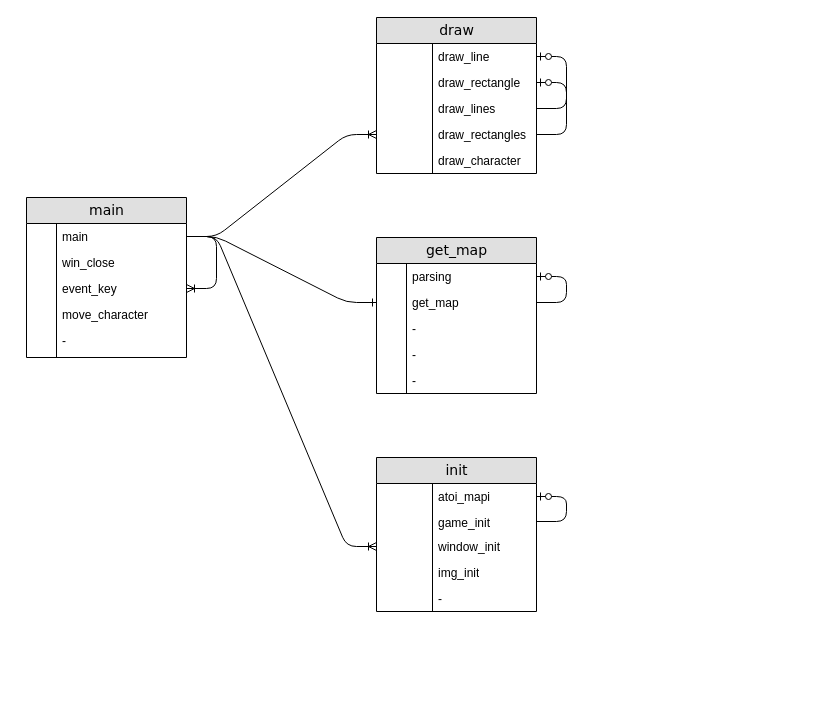
Earlier version of the draw.io diagram drawio/cub3d.drawio (meong99/42_seoul). Source tidied: cells renumbered, new cells numbered last; positions are measured from the earlier drawing's top-left corner, leaving out a move shared by most shapes. Both pictures are drawn from the tidied source at 100%, with x=0, y=0 at pixel (26, 17).
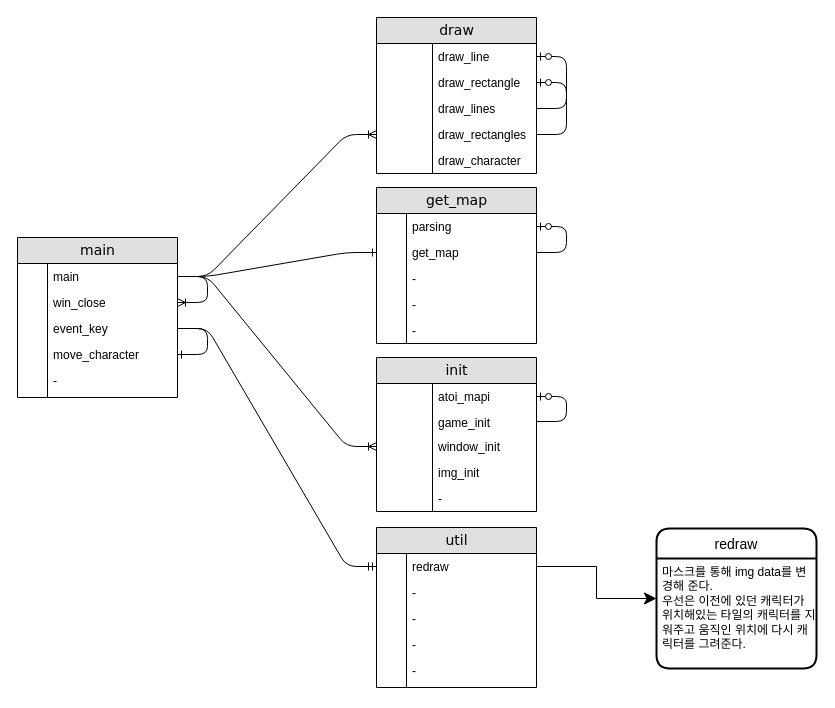
The same page after the edit.

The change refers to these unchanged cells:
```xml
<mxCell id="40" value="main" style="shape=partialRectangle;top=0;left=0;right=0;bottom=0;html=1;align=left;verticalAlign=top;fillColor=none;spacingLeft=34;spacingRight=4;whiteSpace=wrap;overflow=hidden;points=[[0,0.5],[1,0.5]];portConstraint=eastwest;" parent="39" vertex="1">
  <mxGeometry y="26" width="160" height="26" as="geometry" />
</mxCell>
<mxCell id="42" value="win_close" style="shape=partialRectangle;top=0;left=0;right=0;bottom=0;html=1;align=left;verticalAlign=top;fillColor=none;spacingLeft=34;spacingRight=4;whiteSpace=wrap;overflow=hidden;points=[[0,0.5],[1,0.5]];portConstraint=eastwest;" parent="39" vertex="1">
  <mxGeometry y="52" width="160" height="26" as="geometry" />
</mxCell>
<mxCell id="44" value="event_key" style="shape=partialRectangle;top=0;left=0;right=0;bottom=0;html=1;align=left;verticalAlign=top;fillColor=none;spacingLeft=34;spacingRight=4;whiteSpace=wrap;overflow=hidden;points=[[0,0.5],[1,0.5]];portConstraint=eastwest;" parent="39" vertex="1">
  <mxGeometry y="78" width="160" height="26" as="geometry" />
</mxCell>
<mxCell id="46" value="move_character" style="shape=partialRectangle;top=0;left=0;right=0;bottom=0;html=1;align=left;verticalAlign=top;fillColor=none;spacingLeft=34;spacingRight=4;whiteSpace=wrap;overflow=hidden;points=[[0,0.5],[1,0.5]];portConstraint=eastwest;" parent="39" vertex="1">
  <mxGeometry y="104" width="160" height="26" as="geometry" />
</mxCell>
```

What changed in the source:
```diff
@@
     <mxCell id="15" value="get_map" style="swimlane;html=1;fontStyle=0;horizontal=1;startSize=26;fillColor=#e0e0e0;swimlaneFillColor=#ffffff;align=center;rounded=0;shadow=0;comic=0;labelBackgroundColor=none;strokeWidth=1;fontFamily=Verdana;fontSize=14;" parent="1" vertex="1">
-      <mxGeometry x="350" y="220" width="160" height="156" as="geometry" />
+      <mxGeometry x="350" y="170" width="160" height="156" as="geometry" />
     </mxCell>
@@
     <mxCell id="27" value="init" style="swimlane;html=1;fontStyle=0;horizontal=1;startSize=26;fillColor=#e0e0e0;swimlaneFillColor=#ffffff;align=center;rounded=0;shadow=0;comic=0;labelBackgroundColor=none;strokeWidth=1;fontFamily=Verdana;fontSize=14;" parent="1" vertex="1">
-      <mxGeometry x="350" y="440" width="160" height="154" as="geometry" />
+      <mxGeometry x="350" y="340" width="160" height="154" as="geometry" />
     </mxCell>
@@
     <mxCell id="39" value="main" style="swimlane;html=1;fontStyle=0;horizontal=1;startSize=26;fillColor=#e0e0e0;swimlaneFillColor=#ffffff;align=center;rounded=0;shadow=0;comic=0;labelBackgroundColor=none;strokeWidth=1;fontFamily=Verdana;fontSize=14;" parent="1" vertex="1">
-      <mxGeometry y="180" width="160" height="160" as="geometry" />
+      <mxGeometry x="-9" y="220" width="160" height="160" as="geometry" />
     </mxCell>
@@
-    <mxCell id="50" style="fontSize=12;html=1;endArrow=ERoneToMany;edgeStyle=entityRelationEdgeStyle;elbow=vertical;entryX=1;entryY=0.5;entryDx=0;entryDy=0;" parent="39" edge="1" source="40" target="44">
+    <mxCell id="50" style="fontSize=12;html=1;endArrow=ERoneToMany;edgeStyle=entityRelationEdgeStyle;elbow=vertical;entryX=1;entryY=0.5;entryDx=0;entryDy=0;" parent="39" edge="1" source="40" target="42">
       <mxGeometry relative="1" as="geometry" />
     </mxCell>
+    <mxCell id="54" style="edgeStyle=entityRelationEdgeStyle;fontSize=12;html=1;endArrow=ERone;endFill=1;strokeWidth=1;" parent="39" edge="1" source="44" target="46">
+      <mxGeometry relative="1" as="geometry" />
+    </mxCell>
@@
+    <mxCell id="55" value="util" style="swimlane;html=1;fontStyle=0;horizontal=1;startSize=26;fillColor=#e0e0e0;swimlaneFillColor=#ffffff;align=center;rounded=0;shadow=0;comic=0;labelBackgroundColor=none;strokeWidth=1;fontFamily=Verdana;fontSize=14;" parent="1" vertex="1">
+      <mxGeometry x="350" y="510" width="160" height="160" as="geometry" />
+    </mxCell>
+    <mxCell id="56" value="redraw" style="shape=partialRectangle;top=0;left=0;right=0;bottom=0;html=1;align=left;verticalAlign=top;fillColor=none;spacingLeft=34;spacingRight=4;whiteSpace=wrap;overflow=hidden;points=[[0,0.5],[1,0.5]];portConstraint=eastwest;" parent="55" vertex="1">
+      <mxGeometry y="26" width="160" height="26" as="geometry" />
+    </mxCell>
+    <mxCell id="57" style="shape=partialRectangle;top=0;left=0;bottom=0;html=1;fillColor=none;align=left;verticalAlign=top;spacingLeft=4;spacingRight=4;whiteSpace=wrap;overflow=hidden;" parent="56" vertex="1">
+      <mxGeometry width="30" height="26" as="geometry" />
+    </mxCell>
+    <mxCell id="58" value="-" style="shape=partialRectangle;top=0;left=0;right=0;bottom=0;html=1;align=left;verticalAlign=top;fillColor=none;spacingLeft=34;spacingRight=4;whiteSpace=wrap;overflow=hidden;" parent="55" vertex="1">
+      <mxGeometry y="52" width="160" height="26" as="geometry" />
+    </mxCell>
+    <mxCell id="59" style="shape=partialRectangle;top=0;left=0;bottom=0;html=1;fillColor=none;align=left;verticalAlign=top;spacingLeft=4;spacingRight=4;whiteSpace=wrap;overflow=hidden;" parent="58" vertex="1">
+      <mxGeometry width="30" height="26" as="geometry" />
+    </mxCell>
+    <mxCell id="60" value="-" style="shape=partialRectangle;top=0;left=0;right=0;bottom=0;html=1;align=left;verticalAlign=top;fillColor=none;spacingLeft=34;spacingRight=4;whiteSpace=wrap;overflow=hidden;" parent="55" vertex="1">
+      <mxGeometry y="78" width="160" height="26" as="geometry" />
+    </mxCell>
+    <mxCell id="61" style="shape=partialRectangle;top=0;left=0;bottom=0;html=1;fillColor=none;align=left;verticalAlign=top;spacingLeft=4;spacingRight=4;whiteSpace=wrap;overflow=hidden;" parent="60" vertex="1">
+      <mxGeometry width="30" height="26" as="geometry" />
+    </mxCell>
+    <mxCell id="62" value="-" style="shape=partialRectangle;top=0;left=0;right=0;bottom=0;html=1;align=left;verticalAlign=top;fillColor=none;spacingLeft=34;spacingRight=4;whiteSpace=wrap;overflow=hidden;" parent="55" vertex="1">
+      <mxGeometry y="104" width="160" height="26" as="geometry" />
+    </mxCell>
+    <mxCell id="63" style="shape=partialRectangle;top=0;left=0;bottom=0;html=1;fillColor=none;align=left;verticalAlign=top;spacingLeft=4;spacingRight=4;whiteSpace=wrap;overflow=hidden;" parent="62" vertex="1">
+      <mxGeometry width="30" height="26" as="geometry" />
+    </mxCell>
+    <mxCell id="64" value="-" style="shape=partialRectangle;top=0;left=0;right=0;bottom=0;html=1;align=left;verticalAlign=top;fillColor=none;spacingLeft=34;spacingRight=4;whiteSpace=wrap;overflow=hidden;" parent="55" vertex="1">
+      <mxGeometry y="130" width="160" height="30" as="geometry" />
+    </mxCell>
+    <mxCell id="65" style="shape=partialRectangle;top=0;left=0;bottom=0;html=1;fillColor=none;align=left;verticalAlign=top;spacingLeft=4;spacingRight=4;whiteSpace=wrap;overflow=hidden;" parent="64" vertex="1">
+      <mxGeometry width="30" height="30" as="geometry" />
+    </mxCell>
+    <mxCell id="66" style="edgeStyle=entityRelationEdgeStyle;fontSize=12;html=1;endArrow=ERmandOne;strokeWidth=1;" parent="1" edge="1" source="44" target="56">
+      <mxGeometry relative="1" as="geometry" />
+    </mxCell>
+    <mxCell id="67" value="redraw" style="swimlane;horizontal=1;startSize=30;rounded=1;fontSize=14;fontStyle=0;strokeWidth=2;shadow=0;dashed=0;align=center;fillColor=#FFFFFF;" parent="1" vertex="1">
+      <mxGeometry x="630" y="511" width="160" height="140" as="geometry" />
+    </mxCell>
+    <mxCell id="68" value="마스크를 통해 img data를 변경해 준다.&#10;우선은 이전에 있던 캐릭터가 위치해있는 타일의 캐릭터를 지워주고 움직인 위치에 다시 캐릭터를 그려준다." style="align=left;strokeColor=none;fillColor=none;spacingLeft=4;fontSize=12;verticalAlign=top;whiteSpace=wrap;" parent="67" vertex="1">
+      <mxGeometry y="30" width="160" height="110" as="geometry" />
+    </mxCell>
+    <mxCell id="69" style="edgeStyle=orthogonalEdgeStyle;rounded=0;jumpStyle=arc;jumpSize=20;jettySize=auto;html=1;exitX=1;exitY=0.5;exitDx=0;exitDy=0;entryX=0;entryY=0.5;entryDx=0;entryDy=0;startSize=7;endSize=10;targetPerimeterSpacing=5;strokeWidth=1;" parent="1" edge="1" source="56" target="67">
+      <mxGeometry relative="1" as="geometry" />
+    </mxCell>
```
